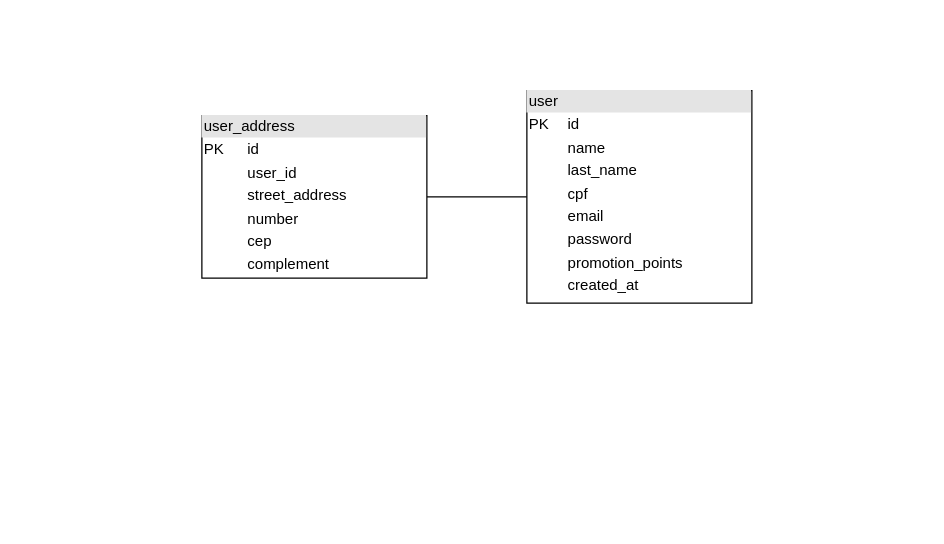
This is page "User" (2 of 2) of docs/data-modeling/data_modeling.drawio from doda-s/nippon-ten, a draw.io file, before an edit. Source tidied: cells renumbered, new cells numbered last; positions are measured from the earlier drawing's top-left corner, leaving out a move shared by most shapes. Both pictures are drawn from the tidied source at 125%, with x=0, y=0 at pixel (201, 90).
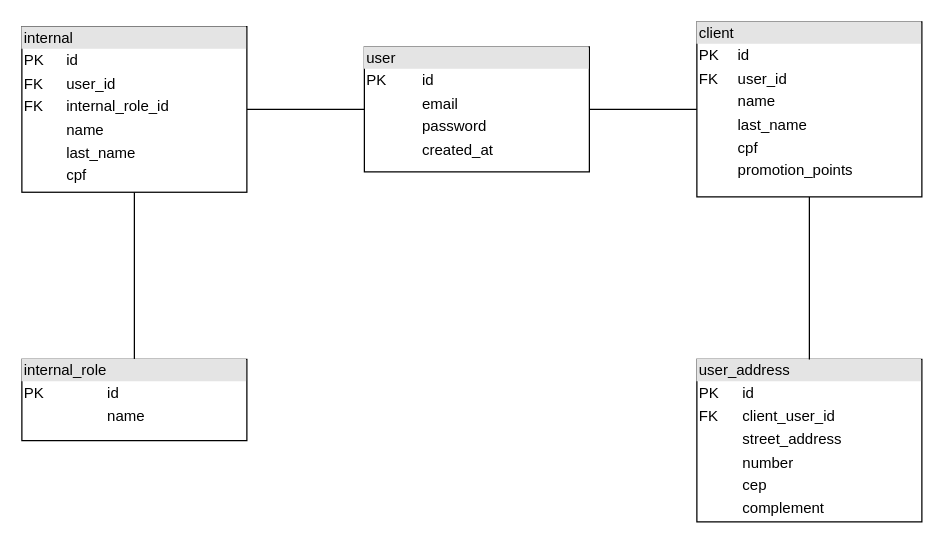
Above is the later version.

Commit message (it also covers changes not shown here):
docs: update user data modeling diagram with new attributes and relationships

What changed in the source:
```diff
@@
 <mxGraphModel>
   <root>
     <mxCell id="0" />
     <mxCell id="1" parent="0" />
-    <mxCell id="2" style="edgeStyle=orthogonalEdgeStyle;rounded=0;jettySize=auto;html=1;endArrow=none;endFill=0;" parent="1" edge="1" source="3" target="4">
-      <mxGeometry relative="1" as="geometry" />
-    </mxCell>
-    <mxCell id="3" value="&lt;div style=&quot;box-sizing: border-box; width: 100%; background: rgb(228, 228, 228); padding: 2px;&quot;&gt;user&lt;/div&gt;&lt;table style=&quot;width:100%;font-size:1em;&quot; cellpadding=&quot;2&quot; cellspacing=&quot;0&quot;&gt;&lt;tbody&gt;&lt;tr&gt;&lt;td&gt;PK&lt;/td&gt;&lt;td&gt;id&lt;/td&gt;&lt;/tr&gt;&lt;tr&gt;&lt;td&gt;&lt;br&gt;&lt;/td&gt;&lt;td&gt;name&lt;/td&gt;&lt;/tr&gt;&lt;tr&gt;&lt;td&gt;&lt;/td&gt;&lt;td&gt;last_name&lt;/td&gt;&lt;/tr&gt;&lt;tr&gt;&lt;td&gt;&lt;br&gt;&lt;/td&gt;&lt;td&gt;cpf&lt;/td&gt;&lt;/tr&gt;&lt;tr&gt;&lt;td&gt;&lt;br&gt;&lt;/td&gt;&lt;td&gt;email&lt;/td&gt;&lt;/tr&gt;&lt;tr&gt;&lt;td&gt;&lt;br&gt;&lt;/td&gt;&lt;td&gt;password&lt;br&gt;&lt;/td&gt;&lt;/tr&gt;&lt;tr&gt;&lt;td&gt;&lt;br&gt;&lt;/td&gt;&lt;td&gt;promotion_points&lt;/td&gt;&lt;/tr&gt;&lt;tr&gt;&lt;td&gt;&lt;br&gt;&lt;/td&gt;&lt;td&gt;created_at&lt;/td&gt;&lt;/tr&gt;&lt;/tbody&gt;&lt;/table&gt;" style="verticalAlign=top;align=left;overflow=fill;html=1;whiteSpace=wrap;" parent="1" vertex="1">
-      <mxGeometry x="260" width="180" height="170" as="geometry" />
+    <mxCell id="3" value="&lt;div style=&quot;box-sizing: border-box; width: 100%; background: rgb(228, 228, 228); padding: 2px;&quot;&gt;user&lt;/div&gt;&lt;table style=&quot;width:100%;font-size:1em;&quot; cellpadding=&quot;2&quot; cellspacing=&quot;0&quot;&gt;&lt;tbody&gt;&lt;tr&gt;&lt;td&gt;PK&lt;/td&gt;&lt;td&gt;id&lt;/td&gt;&lt;/tr&gt;&lt;tr&gt;&lt;td&gt;&lt;br&gt;&lt;/td&gt;&lt;td&gt;email&lt;/td&gt;&lt;/tr&gt;&lt;tr&gt;&lt;td&gt;&lt;br&gt;&lt;/td&gt;&lt;td&gt;password&lt;br&gt;&lt;/td&gt;&lt;/tr&gt;&lt;tr&gt;&lt;td&gt;&lt;br&gt;&lt;/td&gt;&lt;td&gt;created_at&lt;/td&gt;&lt;/tr&gt;&lt;/tbody&gt;&lt;/table&gt;" style="verticalAlign=top;align=left;overflow=fill;html=1;whiteSpace=wrap;" parent="1" vertex="1">
+      <mxGeometry x="130" y="-35" width="180" height="100" as="geometry" />
     </mxCell>
-    <mxCell id="4" value="&lt;div style=&quot;box-sizing: border-box; width: 100%; background: rgb(228, 228, 228); padding: 2px;&quot;&gt;user_address&lt;/div&gt;&lt;table style=&quot;width:100%;font-size:1em;&quot; cellpadding=&quot;2&quot; cellspacing=&quot;0&quot;&gt;&lt;tbody&gt;&lt;tr&gt;&lt;td&gt;PK&lt;/td&gt;&lt;td&gt;id&lt;/td&gt;&lt;/tr&gt;&lt;tr&gt;&lt;td&gt;&lt;br&gt;&lt;/td&gt;&lt;td&gt;user_id&lt;/td&gt;&lt;/tr&gt;&lt;tr&gt;&lt;td&gt;&lt;/td&gt;&lt;td&gt;street_address&lt;/td&gt;&lt;/tr&gt;&lt;tr&gt;&lt;td&gt;&lt;br&gt;&lt;/td&gt;&lt;td&gt;number&lt;/td&gt;&lt;/tr&gt;&lt;tr&gt;&lt;td&gt;&lt;br&gt;&lt;/td&gt;&lt;td&gt;cep&lt;/td&gt;&lt;/tr&gt;&lt;tr&gt;&lt;td&gt;&lt;br&gt;&lt;/td&gt;&lt;td&gt;complement&lt;/td&gt;&lt;/tr&gt;&lt;/tbody&gt;&lt;/table&gt;" style="verticalAlign=top;align=left;overflow=fill;html=1;whiteSpace=wrap;" parent="1" vertex="1">
-      <mxGeometry y="20" width="180" height="130" as="geometry" />
+    <mxCell id="4" value="&lt;div style=&quot;box-sizing: border-box; width: 100%; background: rgb(228, 228, 228); padding: 2px;&quot;&gt;user_address&lt;/div&gt;&lt;table style=&quot;width:100%;font-size:1em;&quot; cellpadding=&quot;2&quot; cellspacing=&quot;0&quot;&gt;&lt;tbody&gt;&lt;tr&gt;&lt;td&gt;PK&lt;/td&gt;&lt;td&gt;id&lt;/td&gt;&lt;/tr&gt;&lt;tr&gt;&lt;td&gt;FK&lt;/td&gt;&lt;td&gt;client_user_id&lt;/td&gt;&lt;/tr&gt;&lt;tr&gt;&lt;td&gt;&lt;/td&gt;&lt;td&gt;street_address&lt;/td&gt;&lt;/tr&gt;&lt;tr&gt;&lt;td&gt;&lt;br&gt;&lt;/td&gt;&lt;td&gt;number&lt;/td&gt;&lt;/tr&gt;&lt;tr&gt;&lt;td&gt;&lt;br&gt;&lt;/td&gt;&lt;td&gt;cep&lt;/td&gt;&lt;/tr&gt;&lt;tr&gt;&lt;td&gt;&lt;br&gt;&lt;/td&gt;&lt;td&gt;complement&lt;/td&gt;&lt;/tr&gt;&lt;/tbody&gt;&lt;/table&gt;" style="verticalAlign=top;align=left;overflow=fill;html=1;whiteSpace=wrap;" parent="1" vertex="1">
+      <mxGeometry x="396" y="215" width="180" height="130" as="geometry" />
     </mxCell>
+    <mxCell id="5" style="edgeStyle=orthogonalEdgeStyle;rounded=0;jettySize=auto;html=1;entryX=0;entryY=0.5;entryDx=0;entryDy=0;endArrow=none;endFill=0;" parent="1" edge="1" source="7" target="3">
+      <mxGeometry relative="1" as="geometry" />
+    </mxCell>
+    <mxCell id="6" style="edgeStyle=orthogonalEdgeStyle;rounded=0;jettySize=auto;html=1;entryX=0.5;entryY=0;entryDx=0;entryDy=0;endArrow=none;endFill=0;" parent="1" edge="1" source="7" target="8">
+      <mxGeometry relative="1" as="geometry" />
+    </mxCell>
+    <mxCell id="7" value="&lt;div style=&quot;box-sizing: border-box; width: 100%; background: rgb(228, 228, 228); padding: 2px;&quot;&gt;internal&lt;/div&gt;&lt;table style=&quot;width:100%;font-size:1em;&quot; cellpadding=&quot;2&quot; cellspacing=&quot;0&quot;&gt;&lt;tbody&gt;&lt;tr&gt;&lt;td&gt;PK&lt;/td&gt;&lt;td&gt;id&lt;/td&gt;&lt;/tr&gt;&lt;tr&gt;&lt;td&gt;FK&lt;/td&gt;&lt;td&gt;user_id&lt;/td&gt;&lt;/tr&gt;&lt;tr&gt;&lt;td&gt;FK&lt;/td&gt;&lt;td&gt;internal_role_id&lt;/td&gt;&lt;/tr&gt;&lt;tr&gt;&lt;td&gt;&lt;br&gt;&lt;/td&gt;&lt;td&gt;name&lt;/td&gt;&lt;/tr&gt;&lt;tr&gt;&lt;td&gt;&lt;br&gt;&lt;/td&gt;&lt;td&gt;last_name&lt;/td&gt;&lt;/tr&gt;&lt;tr&gt;&lt;td&gt;&lt;br&gt;&lt;/td&gt;&lt;td&gt;cpf&lt;/td&gt;&lt;/tr&gt;&lt;/tbody&gt;&lt;/table&gt;" style="verticalAlign=top;align=left;overflow=fill;html=1;whiteSpace=wrap;" parent="1" vertex="1">
+      <mxGeometry x="-144" y="-51.2" width="180" height="132.5" as="geometry" />
+    </mxCell>
+    <mxCell id="8" value="&lt;div style=&quot;box-sizing: border-box; width: 100%; background: rgb(228, 228, 228); padding: 2px;&quot;&gt;internal_role&lt;/div&gt;&lt;table style=&quot;width:100%;font-size:1em;&quot; cellpadding=&quot;2&quot; cellspacing=&quot;0&quot;&gt;&lt;tbody&gt;&lt;tr&gt;&lt;td&gt;PK&lt;/td&gt;&lt;td&gt;id&lt;/td&gt;&lt;/tr&gt;&lt;tr&gt;&lt;td&gt;&lt;br&gt;&lt;/td&gt;&lt;td&gt;name&lt;/td&gt;&lt;/tr&gt;&lt;/tbody&gt;&lt;/table&gt;" style="verticalAlign=top;align=left;overflow=fill;html=1;whiteSpace=wrap;" parent="1" vertex="1">
+      <mxGeometry x="-144" y="215" width="180" height="65" as="geometry" />
+    </mxCell>
+    <mxCell id="9" style="edgeStyle=orthogonalEdgeStyle;rounded=0;jettySize=auto;html=1;entryX=0.5;entryY=0;entryDx=0;entryDy=0;endArrow=none;endFill=0;" parent="1" edge="1" source="11" target="4">
+      <mxGeometry relative="1" as="geometry" />
+    </mxCell>
+    <mxCell id="10" style="edgeStyle=orthogonalEdgeStyle;rounded=0;jettySize=auto;html=1;entryX=1;entryY=0.5;entryDx=0;entryDy=0;endArrow=none;endFill=0;" parent="1" edge="1" source="11" target="3">
+      <mxGeometry relative="1" as="geometry" />
+    </mxCell>
+    <mxCell id="11" value="&lt;div style=&quot;box-sizing: border-box; width: 100%; background: rgb(228, 228, 228); padding: 2px;&quot;&gt;client&lt;/div&gt;&lt;table style=&quot;width:100%;font-size:1em;&quot; cellpadding=&quot;2&quot; cellspacing=&quot;0&quot;&gt;&lt;tbody&gt;&lt;tr&gt;&lt;td&gt;PK&lt;/td&gt;&lt;td&gt;id&lt;/td&gt;&lt;/tr&gt;&lt;tr&gt;&lt;td&gt;FK&lt;/td&gt;&lt;td&gt;user_id&lt;/td&gt;&lt;/tr&gt;&lt;tr&gt;&lt;td&gt;&lt;br&gt;&lt;/td&gt;&lt;td&gt;name&lt;/td&gt;&lt;/tr&gt;&lt;tr&gt;&lt;td&gt;&lt;br&gt;&lt;/td&gt;&lt;td&gt;last_name&lt;/td&gt;&lt;/tr&gt;&lt;tr&gt;&lt;td&gt;&lt;br&gt;&lt;/td&gt;&lt;td&gt;cpf&lt;/td&gt;&lt;/tr&gt;&lt;tr&gt;&lt;td&gt;&lt;br&gt;&lt;/td&gt;&lt;td&gt;promotion_points&lt;/td&gt;&lt;/tr&gt;&lt;/tbody&gt;&lt;/table&gt;" style="verticalAlign=top;align=left;overflow=fill;html=1;whiteSpace=wrap;" parent="1" vertex="1">
+      <mxGeometry x="396" y="-55" width="180" height="140" as="geometry" />
+    </mxCell>
   </root>
 </mxGraphModel>
```
